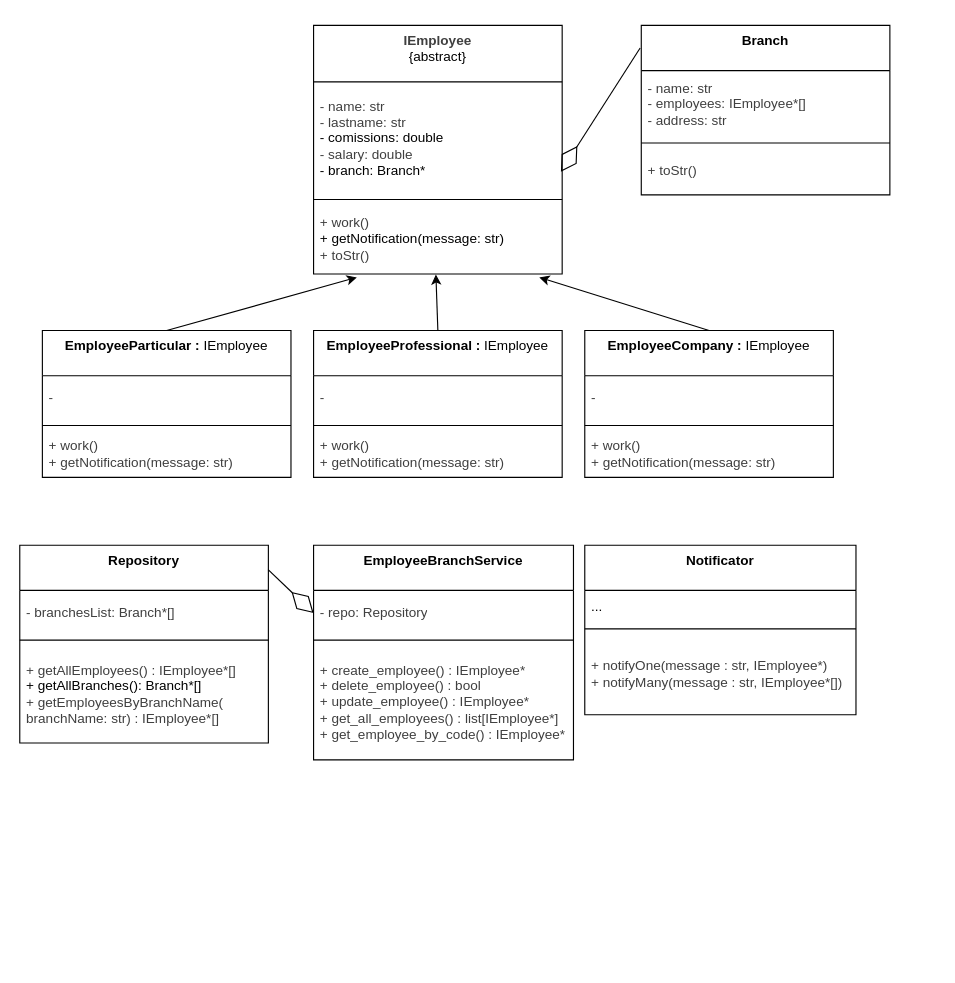
This is Final-AGO25/Simulacion_1/app/_resources/UML/app_v1_simplified.drawio from Br1-O/AyED1, a draw.io file, before an edit. Source tidied: cells renumbered, new cells numbered last; positions are measured from the earlier drawing's top-left corner, leaving out a move shared by most shapes. Both pictures are drawn from the tidied source at 113%, with x=0, y=0 at pixel (19, 25).
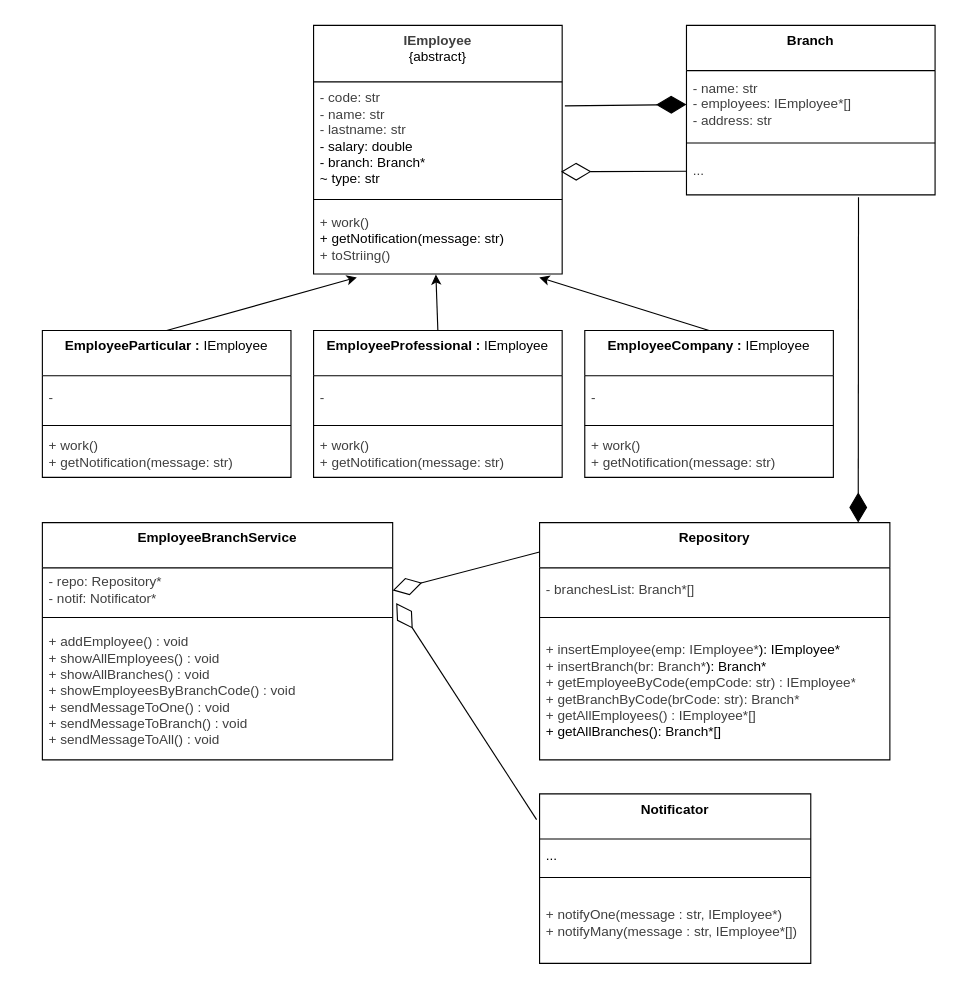
The same page after the edit.

The change refers to these unchanged cells:
```xml
<mxCell id="11" value="&lt;span style=&quot;color: rgb(63, 63, 63);&quot;&gt;&lt;b&gt;IEmployee&lt;/b&gt;&lt;/span&gt;&lt;div&gt;&lt;span style=&quot;color: rgb(0, 0, 0);&quot;&gt;{abstract}&lt;/span&gt;&lt;/div&gt;" style="swimlane;fontStyle=0;align=center;verticalAlign=top;horizontal=1;startSize=50;html=1;whiteSpace=wrap;" parent="1" vertex="1">
  <mxGeometry x="260" width="220" height="220" as="geometry" />
</mxCell>
<mxCell id="27" value="&lt;span style=&quot;color: rgb(63, 63, 63); text-align: center;&quot;&gt;- name: str&lt;/span&gt;&lt;div&gt;&lt;span style=&quot;color: rgb(63, 63, 63); text-align: center;&quot;&gt;- employees: IEmployee*[]&lt;/span&gt;&lt;/div&gt;&lt;div&gt;&lt;span style=&quot;color: rgb(63, 63, 63); text-align: center;&quot;&gt;- address: str&lt;/span&gt;&lt;/div&gt;" style="text;html=1;strokeColor=none;fillColor=none;align=left;verticalAlign=middle;spacingLeft=4;spacingRight=4;overflow=hidden;points=[[0,0.5],[1,0.5]];portConstraint=eastwest;whiteSpace=wrap;" parent="26" vertex="1">
  <mxGeometry y="40" width="220" height="60" as="geometry" />
</mxCell>
```

What changed in the source:
```diff
@@
     <mxCell id="2" value="&lt;span style=&quot;color: rgb(0, 0, 0);&quot;&gt;&lt;b&gt;Repository&lt;/b&gt;&lt;/span&gt;" style="swimlane;fontStyle=0;align=center;verticalAlign=top;horizontal=1;startSize=40;html=1;whiteSpace=wrap;" parent="1" vertex="1">
-      <mxGeometry y="460" width="220" height="175" as="geometry" />
+      <mxGeometry x="460" y="440" width="310" height="210" as="geometry" />
     </mxCell>
     <mxCell id="3" value="&lt;div&gt;&lt;span style=&quot;color: rgb(63, 63, 63); text-align: center;&quot;&gt;- branchesList: Branch*[]&lt;/span&gt;&lt;/div&gt;" style="text;html=1;strokeColor=none;fillColor=none;align=left;verticalAlign=middle;spacingLeft=4;spacingRight=4;overflow=hidden;whiteSpace=wrap;" parent="2" vertex="1">
-      <mxGeometry y="40" width="220" height="40" as="geometry" />
+      <mxGeometry y="40" width="310" height="40" as="geometry" />
     </mxCell>
     <mxCell id="4" style="line;strokeWidth=1;fillColor=none;align=left;verticalAlign=middle;spacingTop=-1;spacingLeft=3;spacingRight=3;labelPosition=right;" parent="2" vertex="1">
-      <mxGeometry y="80" width="220" height="8" as="geometry" />
+      <mxGeometry y="80" width="310" height="8" as="geometry" />
     </mxCell>
-    <mxCell id="5" value="&lt;span style=&quot;color: rgb(63, 63, 63); text-align: center;&quot;&gt;+ getAllEmployees() : IEmployee*[]&lt;/span&gt;&lt;div&gt;&lt;span style=&quot;background-color: transparent;&quot;&gt;+ getAllBranches(): Branch*[]&lt;/span&gt;&lt;div&gt;&lt;span style=&quot;color: rgb(63, 63, 63); text-align: center;&quot;&gt;+ getEmployeesByBranchName(&lt;/span&gt;&lt;/div&gt;&lt;div&gt;&lt;span style=&quot;color: rgb(63, 63, 63); text-align: center;&quot;&gt;branchName: str) : IEmployee*[]&lt;/span&gt;&lt;/div&gt;&lt;/div&gt;" style="text;html=1;strokeColor=none;fillColor=none;align=left;verticalAlign=middle;spacingLeft=4;spacingRight=4;overflow=hidden;whiteSpace=wrap;" parent="2" vertex="1">
-      <mxGeometry y="88" width="220" height="87" as="geometry" />
+    <mxCell id="5" value="&lt;div&gt;&lt;span style=&quot;color: rgb(63, 63, 63); text-align: center;&quot;&gt;+ insertEmployee(emp:&amp;nbsp;&lt;/span&gt;&lt;span style=&quot;color: rgb(63, 63, 63); text-align: center; background-color: transparent;&quot;&gt;IEmployee*&lt;/span&gt;&lt;span style=&quot;text-align: center; background-color: transparent;&quot;&gt;): IEmployee*&lt;/span&gt;&lt;/div&gt;&lt;div&gt;&lt;span style=&quot;color: rgb(63, 63, 63); text-align: center;&quot;&gt;+ insertBranch(br:&amp;nbsp;&lt;/span&gt;&lt;span style=&quot;color: rgb(63, 63, 63); text-align: center; background-color: transparent;&quot;&gt;Branch*&lt;/span&gt;&lt;span style=&quot;text-align: center; background-color: transparent;&quot;&gt;): Branch*&lt;/span&gt;&lt;/div&gt;&lt;div&gt;&lt;span style=&quot;color: rgb(63, 63, 63); text-align: center;&quot;&gt;+ getEmployeeByCode(empCode: str) : IEmployee*&lt;/span&gt;&lt;/div&gt;&lt;div&gt;&lt;span style=&quot;color: rgb(63, 63, 63); text-align: center;&quot;&gt;+ getBranchByCode(brCode: str): Branch*&lt;/span&gt;&lt;/div&gt;&lt;span style=&quot;color: rgb(63, 63, 63); text-align: center;&quot;&gt;+ getAllEmployees() : IEmployee*[]&lt;/span&gt;&lt;div&gt;&lt;span style=&quot;background-color: transparent;&quot;&gt;+ getAllBranches(): Branch*[]&lt;/span&gt;&lt;/div&gt;" style="text;html=1;strokeColor=none;fillColor=none;align=left;verticalAlign=middle;spacingLeft=4;spacingRight=4;overflow=hidden;whiteSpace=wrap;" parent="2" vertex="1">
+      <mxGeometry y="88" width="310" height="122" as="geometry" />
     </mxCell>
@@
-    <mxCell id="10" style="endArrow=diamondThin;endFill=0;endSize=24;html=1;exitX=0.999;exitY=0.123;exitDx=0;exitDy=0;entryX=0;entryY=0.5;entryDx=0;entryDy=0;exitPerimeter=0;" parent="1" edge="1" source="2" target="31">
-      <mxGeometry relative="1" as="geometry" />
-    </mxCell>
@@
-    <mxCell id="12" value="&lt;span style=&quot;color: rgb(63, 63, 63); text-align: center;&quot;&gt;- name: str&lt;/span&gt;&lt;br style=&quot;color: rgb(63, 63, 63); text-align: center;&quot;&gt;&lt;span style=&quot;color: rgb(63, 63, 63); text-align: center;&quot;&gt;- lastname: str&lt;/span&gt;&lt;br style=&quot;color: rgb(63, 63, 63); text-align: center;&quot;&gt;&lt;div&gt;&lt;div style=&quot;text-align: center;&quot;&gt;- comissions: double&lt;/div&gt;&lt;div&gt;&lt;div&gt;&lt;span style=&quot;color: rgb(63, 63, 63); text-align: center;&quot;&gt;- salary: double&lt;/span&gt;&lt;/div&gt;&lt;/div&gt;&lt;/div&gt;&lt;div&gt;&lt;span style=&quot;text-align: center; background-color: transparent;&quot;&gt;- branch: Branch*&lt;/span&gt;&lt;/div&gt;" style="text;html=1;strokeColor=none;fillColor=none;align=left;verticalAlign=middle;spacingLeft=4;spacingRight=4;overflow=hidden;points=[[0,0.5],[1,0.5]];portConstraint=eastwest;whiteSpace=wrap;" parent="11" vertex="1">
+    <mxCell id="12" value="&lt;div&gt;&lt;span style=&quot;color: rgb(63, 63, 63); text-align: center;&quot;&gt;- code: str&lt;/span&gt;&lt;/div&gt;&lt;span style=&quot;color: rgb(63, 63, 63); text-align: center;&quot;&gt;- name: str&lt;/span&gt;&lt;br style=&quot;color: rgb(63, 63, 63); text-align: center;&quot;&gt;&lt;span style=&quot;color: rgb(63, 63, 63); text-align: center;&quot;&gt;- lastname: str&lt;/span&gt;&lt;div&gt;&lt;span style=&quot;background-color: transparent; text-align: center;&quot;&gt;- salary: double&lt;/span&gt;&lt;div&gt;&lt;span style=&quot;text-align: center; background-color: transparent;&quot;&gt;- branch: Branch*&lt;/span&gt;&lt;/div&gt;&lt;/div&gt;&lt;div&gt;&lt;span style=&quot;text-align: center; background-color: transparent;&quot;&gt;~ type: str&lt;/span&gt;&lt;/div&gt;" style="text;html=1;strokeColor=none;fillColor=none;align=left;verticalAlign=middle;spacingLeft=4;spacingRight=4;overflow=hidden;points=[[0,0.5],[1,0.5]];portConstraint=eastwest;whiteSpace=wrap;" parent="11" vertex="1">
       <mxGeometry y="50" width="220" height="100" as="geometry" />
     </mxCell>
@@
-    <mxCell id="14" value="&lt;span style=&quot;color: rgb(63, 63, 63); text-align: center;&quot;&gt;+ work()&lt;/span&gt;&lt;div&gt;+ getNotification(message: str)&lt;br style=&quot;color: rgb(63, 63, 63); text-align: center;&quot;&gt;&lt;span style=&quot;color: rgb(63, 63, 63); text-align: center;&quot;&gt;+ toStr()&lt;/span&gt;&lt;/div&gt;" style="text;html=1;strokeColor=none;fillColor=none;align=left;verticalAlign=middle;spacingLeft=4;spacingRight=4;overflow=hidden;points=[[0,0.5],[1,0.5]];portConstraint=eastwest;whiteSpace=wrap;" parent="11" vertex="1">
+    <mxCell id="14" value="&lt;span style=&quot;color: rgb(63, 63, 63); text-align: center;&quot;&gt;+ work()&lt;/span&gt;&lt;div&gt;+ getNotification(message: str)&lt;br style=&quot;color: rgb(63, 63, 63); text-align: center;&quot;&gt;&lt;span style=&quot;color: rgb(63, 63, 63); text-align: center;&quot;&gt;+ toStriing()&lt;/span&gt;&lt;/div&gt;" style="text;html=1;strokeColor=none;fillColor=none;align=left;verticalAlign=middle;spacingLeft=4;spacingRight=4;overflow=hidden;points=[[0,0.5],[1,0.5]];portConstraint=eastwest;whiteSpace=wrap;" parent="11" vertex="1">
       <mxGeometry y="158" width="220" height="62" as="geometry" />
     </mxCell>
@@
     <mxCell id="26" value="&lt;span style=&quot;color: rgb(0, 0, 0);&quot;&gt;&lt;b&gt;Branch&lt;/b&gt;&lt;/span&gt;" style="swimlane;fontStyle=0;align=center;verticalAlign=top;horizontal=1;startSize=40;html=1;whiteSpace=wrap;" parent="1" vertex="1">
-      <mxGeometry x="550" width="220" height="150" as="geometry" />
+      <mxGeometry x="590" width="220" height="150" as="geometry" />
     </mxCell>
@@
-    <mxCell id="29" value="&lt;span style=&quot;color: rgb(63, 63, 63); text-align: center;&quot;&gt;+ toStr()&lt;/span&gt;" style="text;html=1;strokeColor=none;fillColor=none;align=left;verticalAlign=middle;spacingLeft=4;spacingRight=4;overflow=hidden;points=[[0,0.5],[1,0.5]];portConstraint=eastwest;whiteSpace=wrap;" parent="26" vertex="1">
+    <mxCell id="29" value="&lt;span style=&quot;color: rgb(63, 63, 63); text-align: center;&quot;&gt;...&lt;/span&gt;" style="text;html=1;strokeColor=none;fillColor=none;align=left;verticalAlign=middle;spacingLeft=4;spacingRight=4;overflow=hidden;points=[[0,0.5],[1,0.5]];portConstraint=eastwest;whiteSpace=wrap;" parent="26" vertex="1">
       <mxGeometry y="108" width="220" height="42" as="geometry" />
     </mxCell>
-    <mxCell id="30" value="&lt;span style=&quot;color: rgb(0, 0, 0);&quot;&gt;&lt;b&gt;EmployeeBranchService&lt;/b&gt;&lt;/span&gt;" style="swimlane;fontStyle=0;align=center;verticalAlign=top;horizontal=1;startSize=40;html=1;whiteSpace=wrap;" parent="1" vertex="1">
-      <mxGeometry x="260" y="460" width="230" height="190" as="geometry" />
-    </mxCell>
-    <mxCell id="31" value="&lt;span style=&quot;color: rgb(63, 63, 63); text-align: center;&quot;&gt;- repo: Repository&lt;/span&gt;" style="text;html=1;strokeColor=none;fillColor=none;align=left;verticalAlign=middle;spacingLeft=4;spacingRight=4;overflow=hidden;points=[[0,0.5],[1,0.5]];portConstraint=eastwest;whiteSpace=wrap;" parent="30" vertex="1">
-      <mxGeometry y="40" width="230" height="40" as="geometry" />
-    </mxCell>
-    <mxCell id="32" style="line;strokeWidth=1;fillColor=none;align=left;verticalAlign=middle;spacingTop=-1;spacingLeft=3;spacingRight=3;labelPosition=right;" parent="30" vertex="1">
-      <mxGeometry y="80" width="230" height="8" as="geometry" />
-    </mxCell>
-    <mxCell id="33" value="&lt;span style=&quot;color: rgb(63, 63, 63); text-align: center;&quot;&gt;+ create_employee() : IEmployee*&lt;/span&gt;&lt;br style=&quot;color: rgb(63, 63, 63); text-align: center;&quot;&gt;&lt;span style=&quot;color: rgb(63, 63, 63); text-align: center;&quot;&gt;+ delete_employee() : bool&lt;/span&gt;&lt;br style=&quot;color: rgb(63, 63, 63); text-align: center;&quot;&gt;&lt;span style=&quot;color: rgb(63, 63, 63); text-align: center;&quot;&gt;+ update_employee() : IEmployee*&lt;/span&gt;&lt;br style=&quot;color: rgb(63, 63, 63); text-align: center;&quot;&gt;&lt;span style=&quot;color: rgb(63, 63, 63); text-align: center;&quot;&gt;+ get_all_employees() : list[IEmployee*]&lt;/span&gt;&lt;br style=&quot;color: rgb(63, 63, 63); text-align: center;&quot;&gt;&lt;span style=&quot;color: rgb(63, 63, 63); text-align: center;&quot;&gt;+ get_employee_by_code() : IEmployee*&lt;/span&gt;" style="text;html=1;strokeColor=none;fillColor=none;align=left;verticalAlign=middle;spacingLeft=4;spacingRight=4;overflow=hidden;whiteSpace=wrap;" parent="30" vertex="1">
-      <mxGeometry y="88" width="230" height="102" as="geometry" />
-    </mxCell>
-    <mxCell id="34" style="endArrow=diamondThin;endFill=0;endSize=24;html=1;entryX=0.995;entryY=0.795;entryDx=0;entryDy=0;entryPerimeter=0;" parent="1" edge="1" target="12">
-      <mxGeometry relative="1" as="geometry">
-        <mxPoint x="549" y="20" as="sourcePoint" />
-      </mxGeometry>
+    <mxCell id="34" style="endArrow=diamondThin;endFill=0;endSize=24;html=1;entryX=0.995;entryY=0.795;entryDx=0;entryDy=0;entryPerimeter=0;exitX=0;exitY=0.5;exitDx=0;exitDy=0;" parent="1" edge="1" source="29" target="12">
+      <mxGeometry relative="1" as="geometry" />
     </mxCell>
     <mxCell id="35" value="&lt;span style=&quot;color: rgb(0, 0, 0);&quot;&gt;&lt;b&gt;Notificator&lt;/b&gt;&lt;/span&gt;" style="swimlane;fontStyle=0;align=center;verticalAlign=top;horizontal=1;startSize=40;html=1;whiteSpace=wrap;" parent="1" vertex="1">
-      <mxGeometry x="500" y="460" width="240" height="150" as="geometry" />
+      <mxGeometry x="460" y="680" width="240" height="150" as="geometry" />
     </mxCell>
@@
+    <mxCell id="39" style="endArrow=diamondThin;endFill=0;endSize=24;html=1;entryX=1.01;entryY=0.779;entryDx=0;entryDy=0;entryPerimeter=0;exitX=-0.011;exitY=0.152;exitDx=0;exitDy=0;exitPerimeter=0;" parent="1" edge="1" source="35" target="31">
+      <mxGeometry relative="1" as="geometry" />
+    </mxCell>
+    <mxCell id="40" style="endArrow=diamondThin;endFill=1;endSize=24;html=1;entryX=0;entryY=0.5;entryDx=0;entryDy=0;exitX=1.011;exitY=0.212;exitDx=0;exitDy=0;exitPerimeter=0;" parent="1" edge="1" source="12" target="27">
+      <mxGeometry relative="1" as="geometry" />
+    </mxCell>
+    <mxCell id="30" value="&lt;span style=&quot;color: rgb(0, 0, 0);&quot;&gt;&lt;b&gt;EmployeeBranchService&lt;/b&gt;&lt;/span&gt;" style="swimlane;fontStyle=0;align=center;verticalAlign=top;horizontal=1;startSize=40;html=1;whiteSpace=wrap;" parent="1" vertex="1">
+      <mxGeometry x="20" y="440" width="310" height="210" as="geometry" />
+    </mxCell>
+    <mxCell id="31" value="&lt;span style=&quot;color: rgb(63, 63, 63); text-align: center;&quot;&gt;- repo: Repository*&lt;/span&gt;&lt;div&gt;&lt;span style=&quot;color: rgb(63, 63, 63); text-align: center;&quot;&gt;- notif: Notificator*&lt;/span&gt;&lt;/div&gt;" style="text;html=1;strokeColor=none;fillColor=none;align=left;verticalAlign=middle;spacingLeft=4;spacingRight=4;overflow=hidden;points=[[0,0.5],[1,0.5]];portConstraint=eastwest;whiteSpace=wrap;" parent="30" vertex="1">
+      <mxGeometry y="40" width="310" height="40" as="geometry" />
+    </mxCell>
+    <mxCell id="32" style="line;strokeWidth=1;fillColor=none;align=left;verticalAlign=middle;spacingTop=-1;spacingLeft=3;spacingRight=3;labelPosition=right;" parent="30" vertex="1">
+      <mxGeometry y="80" width="310" height="8" as="geometry" />
+    </mxCell>
+    <mxCell id="33" value="&lt;span style=&quot;color: rgb(63, 63, 63); text-align: center;&quot;&gt;+ addEmployee() : void&lt;/span&gt;&lt;br style=&quot;color: rgb(63, 63, 63); text-align: center;&quot;&gt;&lt;span style=&quot;color: rgb(63, 63, 63); text-align: center;&quot;&gt;+ showAllEmployees() : void&lt;/span&gt;&lt;br style=&quot;color: rgb(63, 63, 63); text-align: center;&quot;&gt;&lt;span style=&quot;color: rgb(63, 63, 63); text-align: center;&quot;&gt;+&amp;nbsp;&lt;span style=&quot;color: rgb(63, 63, 63);&quot;&gt;showAllBranches&lt;/span&gt;() : void&lt;/span&gt;&lt;br style=&quot;color: rgb(63, 63, 63); text-align: center;&quot;&gt;&lt;span style=&quot;color: rgb(63, 63, 63); text-align: center;&quot;&gt;+ showEmployeesByBranchCode() : void&lt;/span&gt;&lt;br style=&quot;color: rgb(63, 63, 63); text-align: center;&quot;&gt;&lt;span style=&quot;color: rgb(63, 63, 63); text-align: center;&quot;&gt;+ sendMessageToOne() : void&lt;/span&gt;&lt;div&gt;&lt;span style=&quot;color: rgb(63, 63, 63); text-align: center;&quot;&gt;&lt;span style=&quot;color: rgb(63, 63, 63);&quot;&gt;+ sendMessageToBranch() : void&lt;/span&gt;&lt;/span&gt;&lt;/div&gt;&lt;div&gt;&lt;span style=&quot;color: rgb(63, 63, 63); text-align: center;&quot;&gt;&lt;span style=&quot;color: rgb(63, 63, 63);&quot;&gt;&lt;span style=&quot;color: rgb(63, 63, 63);&quot;&gt;+ sendMessageToAll() : void&lt;/span&gt;&lt;/span&gt;&lt;/span&gt;&lt;/div&gt;" style="text;html=1;strokeColor=none;fillColor=none;align=left;verticalAlign=middle;spacingLeft=4;spacingRight=4;overflow=hidden;whiteSpace=wrap;" parent="30" vertex="1">
+      <mxGeometry y="88" width="310" height="122" as="geometry" />
+    </mxCell>
+    <mxCell id="10" style="endArrow=diamondThin;endFill=0;endSize=24;html=1;entryX=1;entryY=0.5;entryDx=0;entryDy=0;" parent="1" edge="1" target="31">
+      <mxGeometry relative="1" as="geometry">
+        <mxPoint x="460" y="466" as="sourcePoint" />
+      </mxGeometry>
+    </mxCell>
+    <mxCell id="41" style="endArrow=diamondThin;endFill=1;endSize=24;html=1;exitX=0.692;exitY=1.048;exitDx=0;exitDy=0;exitPerimeter=0;" parent="1" edge="1" source="29">
+      <mxGeometry relative="1" as="geometry">
+        <mxPoint x="742" y="440" as="targetPoint" />
+      </mxGeometry>
+    </mxCell>
```
